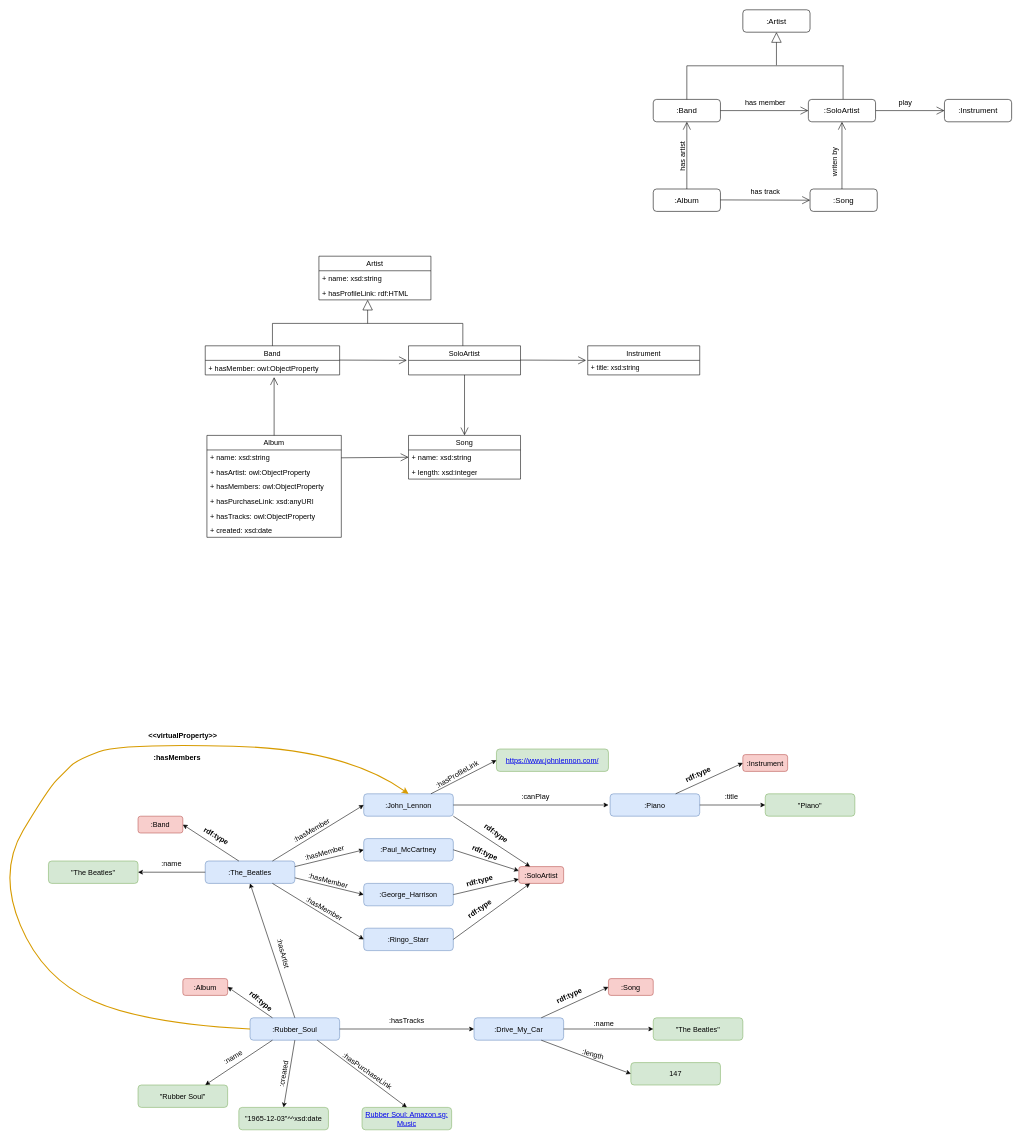
The draw.io diagram RDFMusicModel.drawio in tyk1hc/drawio, before the edit. Source tidied: cells renumbered, new cells numbered last; positions are measured from the earlier drawing's top-left corner, leaving out a move shared by most shapes. Both pictures are drawn from the tidied source at 56%, with x=0, y=0 at pixel (-2, 10).
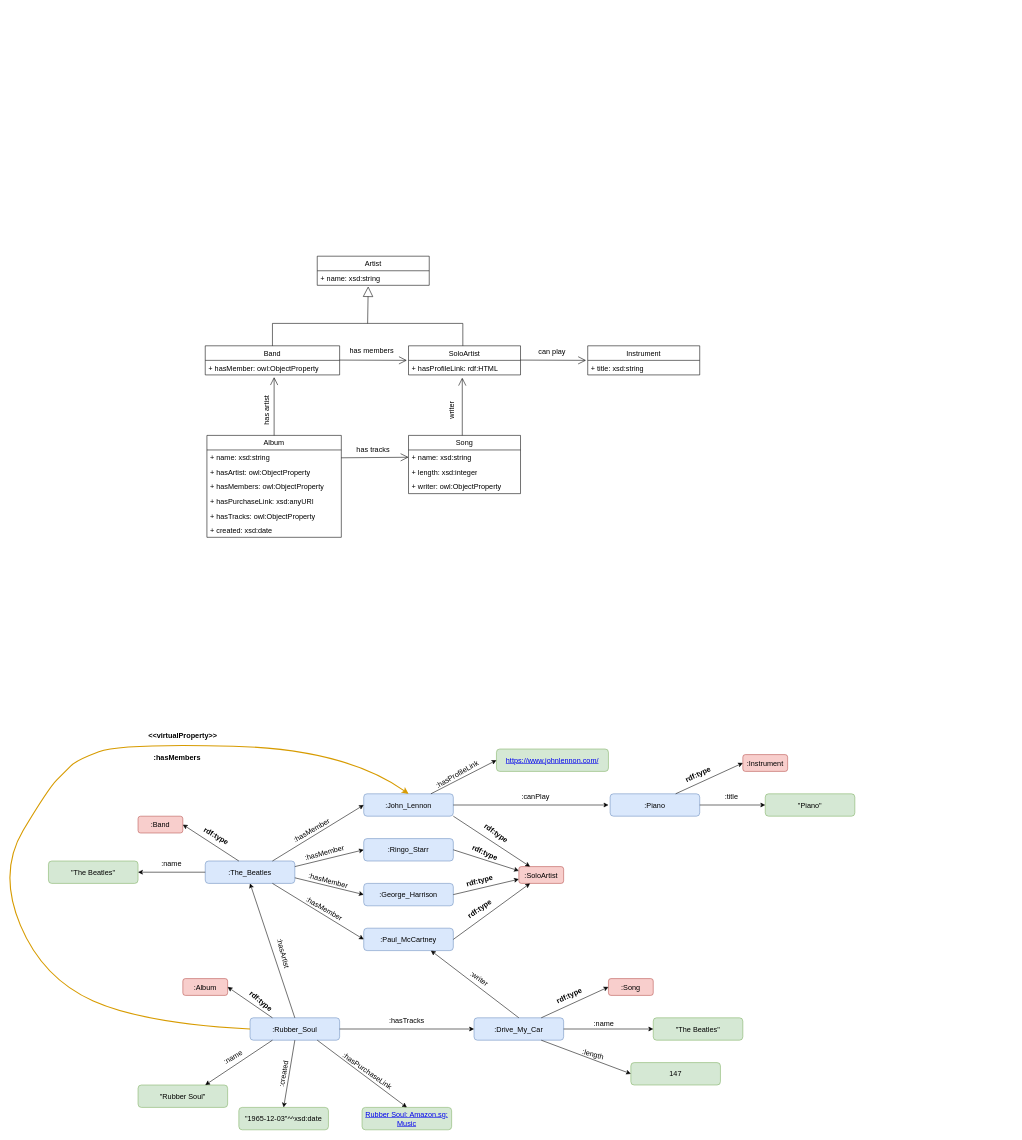
After the change.

Unchanged cells that the change refers to:
```xml
<mxCell id="77" value=":Drive_My_Car" style="rounded=1;whiteSpace=wrap;html=1;fontSize=13;fillColor=#dae8fc;strokeColor=#6c8ebf;" parent="1" vertex="1">
  <mxGeometry x="850" y="1800" width="160" height="40" as="geometry" />
</mxCell>
```

What changed in the source:
```diff
@@
-    <mxCell id="2" value="&lt;font style=&quot;font-size: 14px;&quot;&gt;:Artist&lt;/font&gt;" style="rounded=1;whiteSpace=wrap;html=1;" parent="1" vertex="1">
-      <mxGeometry x="1330" width="120" height="40" as="geometry" />
-    </mxCell>
-    <mxCell id="3" value=":Band" style="rounded=1;whiteSpace=wrap;html=1;fontSize=14;" parent="1" vertex="1">
-      <mxGeometry x="1170" y="160" width="120" height="40" as="geometry" />
-    </mxCell>
-    <mxCell id="4" value=":Album" style="rounded=1;whiteSpace=wrap;html=1;fontSize=14;" parent="1" vertex="1">
-      <mxGeometry x="1170" y="320" width="120" height="40" as="geometry" />
-    </mxCell>
-    <mxCell id="5" value=":Song" style="rounded=1;whiteSpace=wrap;html=1;fontSize=14;" parent="1" vertex="1">
-      <mxGeometry x="1450" y="320" width="120" height="40" as="geometry" />
-    </mxCell>
-    <mxCell id="6" style="endArrow=block;endSize=16;endFill=0;html=1;rounded=0;entryX=0.5;entryY=1;entryDx=0;entryDy=0;" parent="1" edge="1" target="2">
-      <mxGeometry relative="1" as="geometry">
-        <mxPoint x="1390" y="99" as="sourcePoint" />
-      </mxGeometry>
-    </mxCell>
-    <mxCell id="7" style="endArrow=none;html=1;rounded=0;" parent="1" edge="1">
-      <mxGeometry relative="1" as="geometry">
-        <mxPoint x="1230" y="160" as="sourcePoint" />
-        <mxPoint x="1230" y="100" as="targetPoint" />
-      </mxGeometry>
-    </mxCell>
-    <mxCell id="8" style="endArrow=none;html=1;rounded=0;exitX=0.5;exitY=0;exitDx=0;exitDy=0;" parent="1" edge="1">
-      <mxGeometry relative="1" as="geometry">
-        <mxPoint x="1509" y="160" as="sourcePoint" />
-        <mxPoint x="1509" y="100" as="targetPoint" />
-      </mxGeometry>
-    </mxCell>
-    <mxCell id="9" style="endArrow=none;html=1;rounded=0;" parent="1" edge="1">
-      <mxGeometry relative="1" as="geometry">
-        <mxPoint x="1230" y="100" as="sourcePoint" />
-        <mxPoint x="1510" y="100" as="targetPoint" />
-      </mxGeometry>
-    </mxCell>
-    <mxCell id="10" style="endArrow=open;endFill=1;endSize=12;html=1;rounded=0;entryX=0.5;entryY=1;entryDx=0;entryDy=0;exitX=0.5;exitY=0;exitDx=0;exitDy=0;" parent="1" edge="1" source="4" target="3">
-      <mxGeometry relative="1" as="geometry" />
-    </mxCell>
-    <mxCell id="11" value="&lt;span style=&quot;font-size: 13px; font-weight: 400;&quot;&gt;has artist&lt;/span&gt;" style="text;align=center;fontStyle=1;verticalAlign=middle;spacingLeft=3;spacingRight=3;strokeColor=none;html=1;direction=south;horizontal=0;" parent="1" vertex="1">
-      <mxGeometry x="1207" y="222" width="30" height="80" as="geometry" />
-    </mxCell>
-    <mxCell id="12" style="endArrow=open;endFill=1;endSize=12;html=1;rounded=0;entryX=0;entryY=0.5;entryDx=0;entryDy=0;" parent="1" edge="1" target="5">
-      <mxGeometry relative="1" as="geometry">
-        <mxPoint x="1290" y="339.5" as="sourcePoint" />
-      </mxGeometry>
-    </mxCell>
-    <mxCell id="13" value="&lt;span style=&quot;font-size: 13px; font-weight: 400;&quot;&gt;has track&lt;/span&gt;" style="text;align=center;fontStyle=1;verticalAlign=middle;spacingLeft=3;spacingRight=3;strokeColor=none;html=1;" parent="1" vertex="1">
-      <mxGeometry x="1330" y="312" width="80" height="26" as="geometry" />
-    </mxCell>
-    <mxCell id="14" style="endArrow=open;endFill=1;endSize=12;html=1;rounded=0;entryX=0.5;entryY=1;entryDx=0;entryDy=0;" parent="1" edge="1" target="20">
-      <mxGeometry relative="1" as="geometry">
-        <mxPoint x="1507" y="320" as="sourcePoint" />
-      </mxGeometry>
-    </mxCell>
-    <mxCell id="15" value="&lt;span style=&quot;font-size: 13px; font-weight: 400;&quot;&gt;writen by&lt;/span&gt;" style="text;align=center;fontStyle=1;verticalAlign=middle;spacingLeft=3;spacingRight=3;strokeColor=none;html=1;horizontal=0;direction=south;" parent="1" vertex="1">
-      <mxGeometry x="1480" y="232" width="26" height="80" as="geometry" />
-    </mxCell>
-    <mxCell id="16" value=":Instrument" style="rounded=1;whiteSpace=wrap;html=1;fontSize=14;" parent="1" vertex="1">
-      <mxGeometry x="1690" y="160" width="120" height="40" as="geometry" />
-    </mxCell>
-    <mxCell id="17" style="endArrow=open;endFill=1;endSize=12;html=1;rounded=0;entryX=0;entryY=0.5;entryDx=0;entryDy=0;" parent="1" edge="1" source="20" target="16">
-      <mxGeometry relative="1" as="geometry" />
-    </mxCell>
-    <mxCell id="18" value="&lt;span style=&quot;font-size: 13px; font-weight: 400;&quot;&gt;play&lt;/span&gt;" style="text;align=center;fontStyle=1;verticalAlign=middle;spacingLeft=3;spacingRight=3;strokeColor=none;html=1;horizontal=1;" parent="1" vertex="1">
-      <mxGeometry x="1580" y="153" width="80" height="26" as="geometry" />
-    </mxCell>
-    <mxCell id="19" style="endArrow=open;endFill=1;endSize=12;html=1;rounded=0;" parent="1" edge="1" target="20">
-      <mxGeometry relative="1" as="geometry">
-        <mxPoint x="1530" y="179.5" as="sourcePoint" />
-      </mxGeometry>
-    </mxCell>
-    <mxCell id="20" value="&lt;font style=&quot;font-size: 14px;&quot;&gt;:SoloArtist&lt;/font&gt;" style="rounded=1;whiteSpace=wrap;html=1;" parent="1" vertex="1">
-      <mxGeometry x="1447" y="160" width="120" height="40" as="geometry" />
-    </mxCell>
-    <mxCell id="21" style="endArrow=open;endFill=1;endSize=12;html=1;rounded=0;exitX=1;exitY=0.5;exitDx=0;exitDy=0;" parent="1" edge="1" source="3">
-      <mxGeometry relative="1" as="geometry">
-        <mxPoint x="1447" y="180" as="targetPoint" />
-      </mxGeometry>
-    </mxCell>
-    <mxCell id="22" value="&lt;span style=&quot;font-size: 13px; font-weight: 400;&quot;&gt;has member&lt;/span&gt;" style="text;align=center;fontStyle=1;verticalAlign=middle;spacingLeft=3;spacingRight=3;strokeColor=none;html=1;" parent="1" vertex="1">
-      <mxGeometry x="1330" y="153" width="80" height="26" as="geometry" />
-    </mxCell>
     <mxCell id="23" value="Artist" style="swimlane;fontStyle=0;horizontal=1;startSize=26;fillColor=none;whiteSpace=wrap;html=1;fontSize=13;" parent="1" vertex="1">
-      <mxGeometry x="573" y="440" width="200" height="78" as="geometry" />
+      <mxGeometry x="570" y="440" width="200" height="52" as="geometry" />
     </mxCell>
-    <mxCell id="24" value="&lt;font style=&quot;font-size: 13px;&quot;&gt;+ name: xsd:string&lt;/font&gt;" style="text;strokeColor=none;fillColor=none;align=left;verticalAlign=top;spacingLeft=4;spacingRight=4;overflow=hidden;points=[[0,0.5],[1,0.5]];portConstraint=eastwest;whiteSpace=wrap;html=1;" parent="23" vertex="1">
+    <mxCell id="24" value="&lt;font&gt;+ name: xsd:string&lt;/font&gt;" style="text;strokeColor=none;fillColor=none;align=left;verticalAlign=top;spacingLeft=4;spacingRight=4;overflow=hidden;points=[[0,0.5],[1,0.5]];portConstraint=eastwest;whiteSpace=wrap;html=1;fontSize=13;" parent="23" vertex="1">
       <mxGeometry y="26" width="200" height="26" as="geometry" />
     </mxCell>
-    <mxCell id="25" value="&lt;font style=&quot;font-size: 13px;&quot;&gt;+ hasProfileLink: rdf:HTML&lt;/font&gt;" style="text;strokeColor=none;fillColor=none;align=left;verticalAlign=top;spacingLeft=4;spacingRight=4;overflow=hidden;whiteSpace=wrap;html=1;" parent="23" vertex="1">
-      <mxGeometry y="52" width="200" height="26" as="geometry" />
-    </mxCell>
-    <mxCell id="26" value="&lt;font style=&quot;font-size: 13px;&quot;&gt;Band&lt;/font&gt;" style="swimlane;fontStyle=0;horizontal=1;startSize=26;fillColor=none;whiteSpace=wrap;html=1;" parent="1" vertex="1">
+    <mxCell id="26" value="&lt;font&gt;Band&lt;/font&gt;" style="swimlane;fontStyle=0;horizontal=1;startSize=26;fillColor=none;whiteSpace=wrap;html=1;fontSize=13;" parent="1" vertex="1">
       <mxGeometry x="370" y="600" width="240" height="52" as="geometry" />
     </mxCell>
-    <mxCell id="27" value="&lt;font style=&quot;font-size: 13px;&quot;&gt;+ hasMember: owl:ObjectProperty&lt;/font&gt;" style="text;strokeColor=none;fillColor=none;align=left;verticalAlign=top;spacingLeft=4;spacingRight=4;overflow=hidden;whiteSpace=wrap;html=1;" parent="26" vertex="1">
+    <mxCell id="27" value="&lt;font&gt;+ hasMember: owl:ObjectProperty&lt;/font&gt;" style="text;strokeColor=none;fillColor=none;align=left;verticalAlign=top;spacingLeft=4;spacingRight=4;overflow=hidden;whiteSpace=wrap;html=1;fontSize=13;" parent="26" vertex="1">
       <mxGeometry y="26" width="240" height="26" as="geometry" />
     </mxCell>
-    <mxCell id="28" value="&lt;font style=&quot;font-size: 13px;&quot;&gt;SoloArtist&lt;/font&gt;" style="swimlane;fontStyle=0;horizontal=1;startSize=26;fillColor=none;whiteSpace=wrap;html=1;" parent="1" vertex="1">
+    <mxCell id="28" value="&lt;font&gt;SoloArtist&lt;/font&gt;" style="swimlane;fontStyle=0;horizontal=1;startSize=26;fillColor=none;whiteSpace=wrap;html=1;fontSize=13;" parent="1" vertex="1">
       <mxGeometry x="733" y="600" width="200" height="52" as="geometry" />
     </mxCell>
+    <mxCell id="25" value="&lt;font&gt;+ hasProfileLink: rdf:HTML&lt;/font&gt;" style="text;strokeColor=none;fillColor=none;align=left;verticalAlign=top;spacingLeft=4;spacingRight=4;overflow=hidden;whiteSpace=wrap;html=1;fontSize=13;" parent="28" vertex="1">
+      <mxGeometry y="26" width="200" height="26" as="geometry" />
+    </mxCell>
-    <mxCell id="29" value="&lt;font style=&quot;font-size: 13px;&quot;&gt;Album&lt;/font&gt;" style="swimlane;fontStyle=0;horizontal=1;startSize=26;fillColor=none;whiteSpace=wrap;html=1;" parent="1" vertex="1">
+    <mxCell id="29" value="&lt;font&gt;Album&lt;/font&gt;" style="swimlane;fontStyle=0;horizontal=1;startSize=26;fillColor=none;whiteSpace=wrap;html=1;fontSize=13;" parent="1" vertex="1">
       <mxGeometry x="373" y="760" width="240" height="182" as="geometry" />
     </mxCell>
-    <mxCell id="30" value="&lt;font style=&quot;font-size: 13px;&quot;&gt;+ name: xsd:string&lt;/font&gt;" style="text;strokeColor=none;fillColor=none;align=left;verticalAlign=top;spacingLeft=4;spacingRight=4;overflow=hidden;whiteSpace=wrap;html=1;" parent="29" vertex="1">
+    <mxCell id="30" value="&lt;font&gt;+ name: xsd:string&lt;/font&gt;" style="text;strokeColor=none;fillColor=none;align=left;verticalAlign=top;spacingLeft=4;spacingRight=4;overflow=hidden;whiteSpace=wrap;html=1;fontSize=13;" parent="29" vertex="1">
       <mxGeometry y="26" width="240" height="26" as="geometry" />
     </mxCell>
-    <mxCell id="31" value="&lt;font style=&quot;font-size: 13px;&quot;&gt;+ hasArtist: owl:ObjectProperty&lt;/font&gt;" style="text;strokeColor=none;fillColor=none;align=left;verticalAlign=top;spacingLeft=4;spacingRight=4;overflow=hidden;whiteSpace=wrap;html=1;" parent="29" vertex="1">
+    <mxCell id="31" value="&lt;font&gt;+ hasArtist: owl:ObjectProperty&lt;/font&gt;" style="text;strokeColor=none;fillColor=none;align=left;verticalAlign=top;spacingLeft=4;spacingRight=4;overflow=hidden;whiteSpace=wrap;html=1;fontSize=13;" parent="29" vertex="1">
       <mxGeometry y="52" width="240" height="26" as="geometry" />
     </mxCell>
-    <mxCell id="32" value="&lt;font style=&quot;font-size: 13px;&quot;&gt;+ hasMembers: owl:ObjectProperty&lt;/font&gt;" style="text;strokeColor=none;fillColor=none;align=left;verticalAlign=top;spacingLeft=4;spacingRight=4;overflow=hidden;whiteSpace=wrap;html=1;" parent="29" vertex="1">
+    <mxCell id="32" value="&lt;font&gt;+ hasMembers: owl:ObjectProperty&lt;/font&gt;" style="text;strokeColor=none;fillColor=none;align=left;verticalAlign=top;spacingLeft=4;spacingRight=4;overflow=hidden;whiteSpace=wrap;html=1;fontSize=13;" parent="29" vertex="1">
       <mxGeometry y="78" width="240" height="26" as="geometry" />
     </mxCell>
-    <mxCell id="33" value="&lt;font style=&quot;font-size: 13px;&quot;&gt;+ hasPurchaseLink: xsd:anyURI&lt;/font&gt;" style="text;strokeColor=none;fillColor=none;align=left;verticalAlign=top;spacingLeft=4;spacingRight=4;overflow=hidden;whiteSpace=wrap;html=1;" parent="29" vertex="1">
+    <mxCell id="33" value="&lt;font&gt;+ hasPurchaseLink: xsd:anyURI&lt;/font&gt;" style="text;strokeColor=none;fillColor=none;align=left;verticalAlign=top;spacingLeft=4;spacingRight=4;overflow=hidden;whiteSpace=wrap;html=1;fontSize=13;" parent="29" vertex="1">
       <mxGeometry y="104" width="240" height="26" as="geometry" />
     </mxCell>
-    <mxCell id="34" value="&lt;font style=&quot;font-size: 13px;&quot;&gt;+ hasTracks: owl:ObjectProperty&lt;/font&gt;" style="text;strokeColor=none;fillColor=none;align=left;verticalAlign=top;spacingLeft=4;spacingRight=4;overflow=hidden;whiteSpace=wrap;html=1;" parent="29" vertex="1">
+    <mxCell id="34" value="&lt;font&gt;+ hasTracks: owl:ObjectProperty&lt;/font&gt;" style="text;strokeColor=none;fillColor=none;align=left;verticalAlign=top;spacingLeft=4;spacingRight=4;overflow=hidden;whiteSpace=wrap;html=1;fontSize=13;" parent="29" vertex="1">
       <mxGeometry y="130" width="240" height="26" as="geometry" />
     </mxCell>
@@
-    <mxCell id="36" value="&lt;font style=&quot;font-size: 13px;&quot;&gt;Song&lt;/font&gt;" style="swimlane;fontStyle=0;horizontal=1;startSize=26;fillColor=none;whiteSpace=wrap;html=1;" parent="1" vertex="1">
-      <mxGeometry x="733" y="760" width="200" height="78" as="geometry" />
+    <mxCell id="36" value="&lt;font&gt;Song&lt;/font&gt;" style="swimlane;fontStyle=0;horizontal=1;startSize=26;fillColor=none;whiteSpace=wrap;html=1;fontSize=13;" parent="1" vertex="1">
+      <mxGeometry x="733" y="760" width="200" height="104" as="geometry" />
     </mxCell>
-    <mxCell id="37" value="&lt;font style=&quot;font-size: 13px;&quot;&gt;+ name: xsd:string&lt;/font&gt;" style="text;strokeColor=none;fillColor=none;align=left;verticalAlign=top;spacingLeft=4;spacingRight=4;overflow=hidden;points=[[0,0.5],[1,0.5]];portConstraint=eastwest;whiteSpace=wrap;html=1;" parent="36" vertex="1">
+    <mxCell id="37" value="&lt;font&gt;+ name: xsd:string&lt;/font&gt;" style="text;strokeColor=none;fillColor=none;align=left;verticalAlign=top;spacingLeft=4;spacingRight=4;overflow=hidden;points=[[0,0.5],[1,0.5]];portConstraint=eastwest;whiteSpace=wrap;html=1;fontSize=13;" parent="36" vertex="1">
       <mxGeometry y="26" width="200" height="26" as="geometry" />
     </mxCell>
-    <mxCell id="38" value="&lt;font style=&quot;font-size: 13px;&quot;&gt;+ length: xsd:integer&lt;/font&gt;" style="text;strokeColor=none;fillColor=none;align=left;verticalAlign=top;spacingLeft=4;spacingRight=4;overflow=hidden;whiteSpace=wrap;html=1;" parent="36" vertex="1">
+    <mxCell id="38" value="&lt;font&gt;+ length: xsd:integer&lt;/font&gt;" style="text;strokeColor=none;fillColor=none;align=left;verticalAlign=top;spacingLeft=4;spacingRight=4;overflow=hidden;whiteSpace=wrap;html=1;fontSize=13;" parent="36" vertex="1">
       <mxGeometry y="52" width="200" height="26" as="geometry" />
     </mxCell>
+    <mxCell id="119" value="&lt;font&gt;+ writer:&amp;nbsp;&lt;/font&gt;&lt;span&gt;owl:ObjectProperty&lt;/span&gt;" style="text;strokeColor=none;fillColor=none;align=left;verticalAlign=top;spacingLeft=4;spacingRight=4;overflow=hidden;whiteSpace=wrap;html=1;fontSize=13;" parent="36" vertex="1">
+      <mxGeometry y="78" width="200" height="26" as="geometry" />
+    </mxCell>
-    <mxCell id="39" value="&lt;font style=&quot;font-size: 13px;&quot;&gt;Instrument&lt;/font&gt;" style="swimlane;fontStyle=0;horizontal=1;startSize=26;fillColor=none;whiteSpace=wrap;html=1;" parent="1" vertex="1">
+    <mxCell id="39" value="&lt;font&gt;Instrument&lt;/font&gt;" style="swimlane;fontStyle=0;horizontal=1;startSize=26;fillColor=none;whiteSpace=wrap;html=1;fontSize=13;" parent="1" vertex="1">
       <mxGeometry x="1053" y="600" width="200" height="52" as="geometry" />
     </mxCell>
-    <mxCell id="40" value="+ title: xsd:string" style="text;strokeColor=none;fillColor=none;align=left;verticalAlign=top;spacingLeft=4;spacingRight=4;overflow=hidden;whiteSpace=wrap;html=1;" parent="39" vertex="1">
+    <mxCell id="40" value="+ title: xsd:string" style="text;strokeColor=none;fillColor=none;align=left;verticalAlign=top;spacingLeft=4;spacingRight=4;overflow=hidden;whiteSpace=wrap;html=1;fontSize=13;" parent="39" vertex="1">
       <mxGeometry y="26" width="200" height="26" as="geometry" />
     </mxCell>
-    <mxCell id="41" style="endArrow=block;endSize=16;endFill=0;html=1;rounded=0;" parent="1" edge="1">
+    <mxCell id="41" style="endArrow=block;endSize=16;endFill=0;html=1;rounded=0;entryX=0.455;entryY=1.077;entryDx=0;entryDy=0;entryPerimeter=0;fontSize=13;" parent="1" edge="1" target="24">
       <mxGeometry relative="1" as="geometry">
         <mxPoint x="660" y="560" as="sourcePoint" />
-        <mxPoint x="660" y="518" as="targetPoint" />
       </mxGeometry>
     </mxCell>
-    <mxCell id="42" style="endArrow=none;html=1;rounded=0;" parent="1" edge="1">
+    <mxCell id="42" style="endArrow=none;html=1;rounded=0;fontSize=13;" parent="1" edge="1">
       <mxGeometry relative="1" as="geometry">
         <mxPoint x="490" y="600" as="sourcePoint" />
         <mxPoint x="650" y="560" as="targetPoint" />
         <Array as="points">
           <mxPoint x="490" y="560" />
         </Array>
       </mxGeometry>
     </mxCell>
-    <mxCell id="43" style="endArrow=none;html=1;rounded=0;" parent="1" edge="1">
+    <mxCell id="43" style="endArrow=none;html=1;rounded=0;fontSize=13;" parent="1" edge="1">
       <mxGeometry relative="1" as="geometry">
         <mxPoint x="830" y="600" as="sourcePoint" />
         <mxPoint x="650" y="560" as="targetPoint" />
         <Array as="points">
           <mxPoint x="830" y="560" />
         </Array>
       </mxGeometry>
     </mxCell>
-    <mxCell id="44" style="endArrow=open;endFill=1;endSize=12;html=1;rounded=0;" parent="1" edge="1">
+    <mxCell id="44" style="endArrow=open;endFill=1;endSize=12;html=1;rounded=0;fontSize=13;" parent="1" edge="1">
       <mxGeometry relative="1" as="geometry">
         <mxPoint x="933" y="625.5" as="sourcePoint" />
         <mxPoint x="1050" y="626" as="targetPoint" />
       </mxGeometry>
     </mxCell>
-    <mxCell id="45" style="endArrow=open;endFill=1;endSize=12;html=1;rounded=0;exitX=0.5;exitY=1;exitDx=0;exitDy=0;entryX=0.5;entryY=0;entryDx=0;entryDy=0;" parent="1" edge="1" source="28" target="36">
-      <mxGeometry relative="1" as="geometry" />
-    </mxCell>
-    <mxCell id="46" style="endArrow=open;endFill=1;endSize=12;html=1;rounded=0;" parent="1" edge="1">
+    <mxCell id="46" style="endArrow=open;endFill=1;endSize=12;html=1;rounded=0;fontSize=13;" parent="1" edge="1">
       <mxGeometry relative="1" as="geometry">
         <mxPoint x="610" y="625.5" as="sourcePoint" />
         <mxPoint x="730" y="626" as="targetPoint" />
       </mxGeometry>
     </mxCell>
-    <mxCell id="47" style="endArrow=open;endFill=1;endSize=12;html=1;rounded=0;exitX=0.5;exitY=0;exitDx=0;exitDy=0;" parent="1" edge="1" source="29">
+    <mxCell id="47" style="endArrow=open;endFill=1;endSize=12;html=1;rounded=0;exitX=0.5;exitY=0;exitDx=0;exitDy=0;fontSize=13;" parent="1" edge="1" source="29">
       <mxGeometry relative="1" as="geometry">
         <mxPoint x="493" y="656" as="targetPoint" />
       </mxGeometry>
     </mxCell>
-    <mxCell id="48" style="endArrow=open;endFill=1;endSize=12;html=1;rounded=0;entryX=0;entryY=0.5;entryDx=0;entryDy=0;" parent="1" edge="1" target="37">
+    <mxCell id="48" style="endArrow=open;endFill=1;endSize=12;html=1;rounded=0;entryX=0;entryY=0.5;entryDx=0;entryDy=0;fontSize=13;" parent="1" edge="1" target="37">
       <mxGeometry relative="1" as="geometry">
         <mxPoint x="613" y="800" as="sourcePoint" />
       </mxGeometry>
     </mxCell>
@@
-    <mxCell id="63" value="&lt;font style=&quot;font-size: 13px;&quot;&gt;:Paul_McCartney&lt;/font&gt;" style="rounded=1;whiteSpace=wrap;html=1;fillColor=#dae8fc;strokeColor=#6c8ebf;" parent="1" vertex="1">
+    <mxCell id="63" value="&lt;span style=&quot;font-size: 13px;&quot;&gt;:Ringo_Starr&lt;/span&gt;" style="rounded=1;whiteSpace=wrap;html=1;fillColor=#dae8fc;strokeColor=#6c8ebf;" parent="1" vertex="1">
       <mxGeometry x="653" y="1480" width="160" height="40" as="geometry" />
     </mxCell>
@@
-    <mxCell id="65" value="&lt;font style=&quot;font-size: 13px;&quot;&gt;:Ringo_Starr&lt;/font&gt;" style="rounded=1;whiteSpace=wrap;html=1;fillColor=#dae8fc;strokeColor=#6c8ebf;" parent="1" vertex="1">
+    <mxCell id="65" value="&lt;span style=&quot;font-size: 13px;&quot;&gt;:Paul_McCartney&lt;/span&gt;" style="rounded=1;whiteSpace=wrap;html=1;fillColor=#dae8fc;strokeColor=#6c8ebf;" parent="1" vertex="1">
       <mxGeometry x="653" y="1640" width="160" height="40" as="geometry" />
     </mxCell>
@@
+    <mxCell id="120" value="&lt;font&gt;has tracks&lt;/font&gt;" style="text;html=1;align=center;verticalAlign=middle;whiteSpace=wrap;rounded=0;fontSize=13;" parent="1" vertex="1">
+      <mxGeometry x="630" y="770" width="80" height="30" as="geometry" />
+    </mxCell>
+    <mxCell id="11" value="&lt;font&gt;has artist&lt;/font&gt;" style="text;html=1;align=center;verticalAlign=middle;whiteSpace=wrap;rounded=0;rotation=-90;fontSize=13;" parent="1" vertex="1">
+      <mxGeometry x="440" y="700" width="80" height="30" as="geometry" />
+    </mxCell>
+    <mxCell id="121" value="&lt;font&gt;has members&lt;/font&gt;" style="text;html=1;align=center;verticalAlign=middle;whiteSpace=wrap;rounded=0;fontSize=13;" parent="1" vertex="1">
+      <mxGeometry x="625" y="594" width="85" height="30" as="geometry" />
+    </mxCell>
+    <mxCell id="122" value="&lt;font&gt;can play&lt;/font&gt;" style="text;html=1;align=center;verticalAlign=middle;whiteSpace=wrap;rounded=0;fontSize=13;" parent="1" vertex="1">
+      <mxGeometry x="947" y="596" width="85" height="30" as="geometry" />
+    </mxCell>
+    <mxCell id="123" style="endArrow=classic;html=1;rounded=0;exitX=0.5;exitY=0;exitDx=0;exitDy=0;entryX=0.75;entryY=1;entryDx=0;entryDy=0;" parent="1" edge="1" source="77" target="65">
+      <mxGeometry relative="1" as="geometry" />
+    </mxCell>
+    <mxCell id="124" value="&lt;font style=&quot;font-size: 13px;&quot;&gt;:writer&lt;/font&gt;" style="text;html=1;align=center;verticalAlign=middle;whiteSpace=wrap;rounded=0;rotation=35;" parent="1" vertex="1">
+      <mxGeometry x="830" y="1715" width="60" height="30" as="geometry" />
+    </mxCell>
+    <mxCell id="125" style="endArrow=open;endFill=1;endSize=12;html=1;rounded=0;entryX=0.435;entryY=1.192;entryDx=0;entryDy=0;entryPerimeter=0;fontSize=13;" parent="1" edge="1">
+      <mxGeometry relative="1" as="geometry">
+        <mxPoint x="829" y="760" as="sourcePoint" />
+        <mxPoint x="829" y="657" as="targetPoint" />
+      </mxGeometry>
+    </mxCell>
+    <mxCell id="126" value="&lt;span&gt;writer&lt;/span&gt;" style="text;html=1;align=center;verticalAlign=middle;whiteSpace=wrap;rounded=0;rotation=-90;fontSize=13;" parent="1" vertex="1">
+      <mxGeometry x="770" y="700" width="80" height="30" as="geometry" />
+    </mxCell>
```
